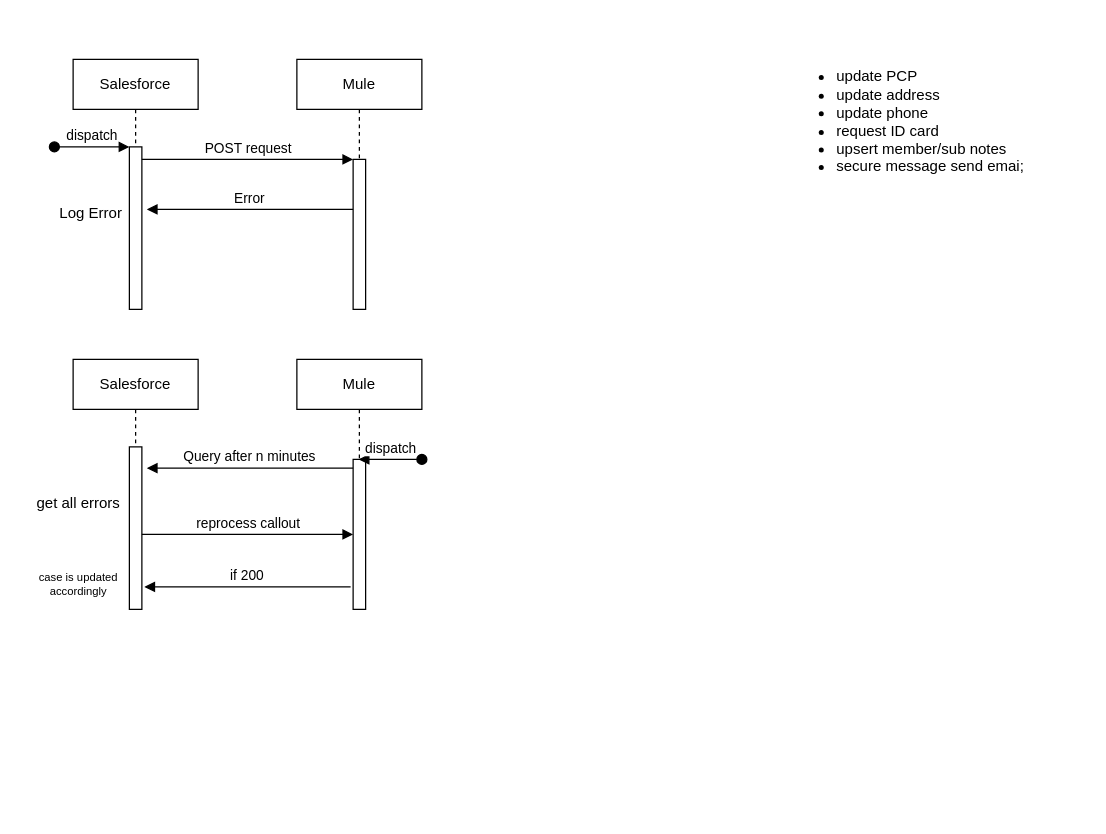
payam-e/diagrams keeps this draw.io diagram as errorLog.drawio. Above is the earlier version. Source tidied: cells renumbered, new cells numbered last; positions are measured from the earlier drawing's top-left corner, leaving out a move shared by most shapes. Both pictures are drawn from the tidied source at 125%, with x=0, y=0 at pixel (21, 46).
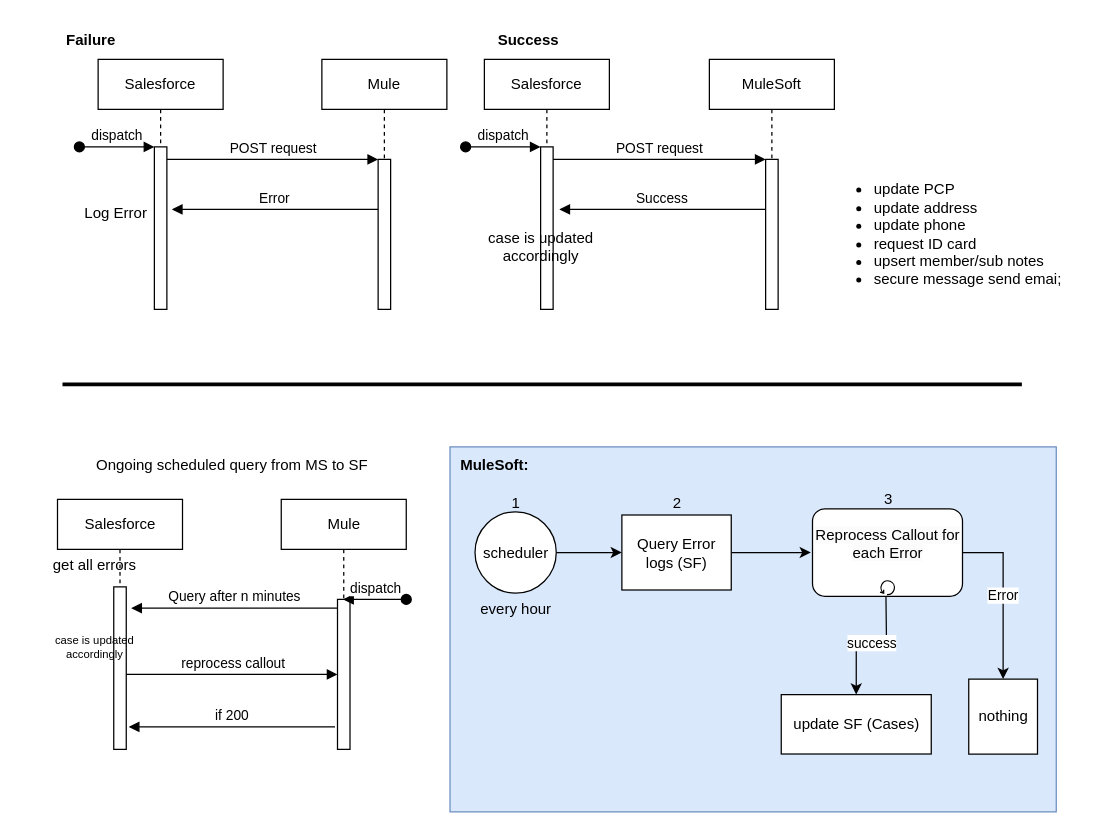
Above is the later version.

Unchanged cells that the change refers to:
```xml
<mxCell id="3" style="html=1;points=[];perimeter=orthogonalPerimeter;outlineConnect=0;targetShapes=umlLifeline;portConstraint=eastwest;newEdgeStyle={&quot;edgeStyle&quot;:&quot;elbowEdgeStyle&quot;,&quot;elbow&quot;:&quot;vertical&quot;,&quot;curved&quot;:0,&quot;rounded&quot;:0};" parent="2" vertex="1">
  <mxGeometry x="45" y="70" width="10" height="130" as="geometry" />
</mxCell>
<mxCell id="6" style="html=1;points=[];perimeter=orthogonalPerimeter;outlineConnect=0;targetShapes=umlLifeline;portConstraint=eastwest;newEdgeStyle={&quot;edgeStyle&quot;:&quot;elbowEdgeStyle&quot;,&quot;elbow&quot;:&quot;vertical&quot;,&quot;curved&quot;:0,&quot;rounded&quot;:0};" parent="5" vertex="1">
  <mxGeometry x="45" y="80" width="10" height="120" as="geometry" />
</mxCell>
```

Change to the diagram source:
```diff
@@
+    <mxCell id="21" style="rounded=0;whiteSpace=wrap;html=1;fillColor=#dae8fc;strokeColor=#6c8ebf;" parent="1" vertex="1">
+      <mxGeometry x="342.5" y="320" width="485" height="292" as="geometry" />
+    </mxCell>
     <mxCell id="2" value="Salesforce" style="shape=umlLifeline;perimeter=lifelinePerimeter;whiteSpace=wrap;html=1;newEdgeStyle={&quot;edgeStyle&quot;:&quot;elbowEdgeStyle&quot;,&quot;elbow&quot;:&quot;vertical&quot;,&quot;curved&quot;:0,&quot;rounded&quot;:0};" parent="1" vertex="1">
-      <mxGeometry x="41" y="10" width="100" height="200" as="geometry" />
+      <mxGeometry x="61" y="10" width="100" height="200" as="geometry" />
     </mxCell>
@@
     <mxCell id="5" value="Mule" style="shape=umlLifeline;perimeter=lifelinePerimeter;whiteSpace=wrap;html=1;newEdgeStyle={&quot;edgeStyle&quot;:&quot;elbowEdgeStyle&quot;,&quot;elbow&quot;:&quot;vertical&quot;,&quot;curved&quot;:0,&quot;rounded&quot;:0};" parent="1" vertex="1">
-      <mxGeometry x="220" y="10" width="100" height="200" as="geometry" />
+      <mxGeometry x="240" y="10" width="100" height="200" as="geometry" />
     </mxCell>
@@
     <mxCell id="7" value="POST request" style="html=1;verticalAlign=bottom;endArrow=block;edgeStyle=elbowEdgeStyle;elbow=vertical;curved=0;rounded=0;" parent="1" edge="1" source="3" target="6">
       <mxGeometry relative="1" as="geometry">
         <Array as="points">
-          <mxPoint x="180" y="90" />
+          <mxPoint x="200" y="90" />
         </Array>
       </mxGeometry>
     </mxCell>
     <mxCell id="8" value="Error" style="html=1;verticalAlign=bottom;endArrow=block;edgeStyle=elbowEdgeStyle;elbow=vertical;curved=0;rounded=0;" parent="1" edge="1" source="6">
       <mxGeometry relative="1" as="geometry">
-        <mxPoint x="100" y="130" as="targetPoint" />
+        <mxPoint x="120" y="130" as="targetPoint" />
         <Array as="points">
-          <mxPoint x="190" y="130" />
+          <mxPoint x="210" y="130" />
         </Array>
       </mxGeometry>
     </mxCell>
     <mxCell id="9" value="&lt;ul&gt;&lt;li&gt;update PCP&lt;/li&gt;&lt;li&gt;update address&lt;/li&gt;&lt;li&gt;update phone&lt;/li&gt;&lt;li&gt;request ID card&lt;/li&gt;&lt;li&gt;upsert member/sub notes&lt;/li&gt;&lt;li&gt;secure message send emai;&lt;/li&gt;&lt;/ul&gt;" style="text;html=1;align=left;verticalAlign=middle;strokeColor=none;fillColor=none;" parent="1" vertex="1">
-      <mxGeometry x="610" width="210" height="120" as="geometry" />
+      <mxGeometry x="640" y="90" width="210" height="120" as="geometry" />
     </mxCell>
     <mxCell id="10" value="Log Error" style="text;html=1;align=center;verticalAlign=middle;strokeColor=none;fillColor=none;" parent="1" vertex="1">
-      <mxGeometry x="20" y="118" width="70" height="30" as="geometry" />
+      <mxGeometry x="40" y="118" width="70" height="30" as="geometry" />
     </mxCell>
     <mxCell id="11" value="Salesforce" style="shape=umlLifeline;perimeter=lifelinePerimeter;whiteSpace=wrap;html=1;newEdgeStyle={&quot;edgeStyle&quot;:&quot;elbowEdgeStyle&quot;,&quot;elbow&quot;:&quot;vertical&quot;,&quot;curved&quot;:0,&quot;rounded&quot;:0};" parent="1" vertex="1">
-      <mxGeometry x="41" y="250" width="100" height="200" as="geometry" />
+      <mxGeometry x="28.5" y="362" width="100" height="200" as="geometry" />
     </mxCell>
@@
     <mxCell id="13" value="Mule" style="shape=umlLifeline;perimeter=lifelinePerimeter;whiteSpace=wrap;html=1;outlineConnect=0;portConstraint=eastwest;newEdgeStyle={&quot;edgeStyle&quot;:&quot;elbowEdgeStyle&quot;,&quot;elbow&quot;:&quot;vertical&quot;,&quot;curved&quot;:0,&quot;rounded&quot;:0};" parent="1" vertex="1">
-      <mxGeometry x="220" y="250" width="100" height="200" as="geometry" />
+      <mxGeometry x="207.5" y="362" width="100" height="200" as="geometry" />
     </mxCell>
@@
     <mxCell id="15" value="reprocess callout" style="html=1;verticalAlign=bottom;endArrow=block;edgeStyle=elbowEdgeStyle;elbow=vertical;curved=0;rounded=0;" parent="1" edge="1">
       <mxGeometry relative="1" as="geometry">
-        <mxPoint x="96" y="390" as="sourcePoint" />
-        <mxPoint x="265" y="390" as="targetPoint" />
+        <mxPoint x="83.5" y="502" as="sourcePoint" />
+        <mxPoint x="252.5" y="502" as="targetPoint" />
         <Array as="points">
-          <mxPoint x="180" y="390" />
+          <mxPoint x="167.5" y="502" />
         </Array>
       </mxGeometry>
     </mxCell>
     <mxCell id="16" value="Query after n minutes" style="html=1;verticalAlign=bottom;endArrow=block;edgeStyle=elbowEdgeStyle;elbow=vertical;curved=0;rounded=0;" parent="1" edge="1">
       <mxGeometry relative="1" as="geometry">
-        <mxPoint x="265" y="337" as="sourcePoint" />
-        <mxPoint x="100" y="337" as="targetPoint" />
+        <mxPoint x="252.5" y="449" as="sourcePoint" />
+        <mxPoint x="87.5" y="449" as="targetPoint" />
         <Array as="points">
-          <mxPoint x="190" y="337" />
+          <mxPoint x="177.5" y="449" />
         </Array>
       </mxGeometry>
     </mxCell>
     <mxCell id="17" value="get all errors" style="text;html=1;align=center;verticalAlign=middle;strokeColor=none;fillColor=none;" parent="1" vertex="1">
-      <mxGeometry y="350" width="90" height="30" as="geometry" />
+      <mxGeometry x="12.5" y="400" width="90" height="30" as="geometry" />
     </mxCell>
     <mxCell id="18" value="dispatch" style="html=1;verticalAlign=bottom;startArrow=oval;endArrow=block;startSize=8;edgeStyle=elbowEdgeStyle;elbow=vertical;curved=0;rounded=0;" parent="1" edge="1" target="13">
       <mxGeometry relative="1" as="geometry">
-        <mxPoint x="320" y="330" as="sourcePoint" />
+        <mxPoint x="307.5" y="442" as="sourcePoint" />
       </mxGeometry>
     </mxCell>
     <mxCell id="19" value="if 200" style="html=1;verticalAlign=bottom;endArrow=block;edgeStyle=elbowEdgeStyle;elbow=vertical;curved=0;rounded=0;" parent="1" edge="1">
       <mxGeometry relative="1" as="geometry">
-        <mxPoint x="263" y="432" as="sourcePoint" />
-        <mxPoint x="98" y="432" as="targetPoint" />
+        <mxPoint x="250.5" y="544" as="sourcePoint" />
+        <mxPoint x="85.5" y="544" as="targetPoint" />
         <Array as="points">
-          <mxPoint x="188" y="432" />
+          <mxPoint x="175.5" y="544" />
         </Array>
       </mxGeometry>
     </mxCell>
     <mxCell id="20" value="case is updated&lt;div style=&quot;font-size: 9px;&quot;&gt;accordingly&lt;/div&gt;" style="text;html=1;align=center;verticalAlign=middle;strokeColor=none;fillColor=none;fontSize=9;" parent="1" vertex="1">
-      <mxGeometry y="410" width="90" height="40" as="geometry" />
+      <mxGeometry x="12.5" y="460" width="90" height="40" as="geometry" />
     </mxCell>
+    <mxCell id="22" value="Ongoing scheduled query from MS to SF" style="text;html=1;align=center;verticalAlign=middle;strokeColor=none;fillColor=none;" parent="1" vertex="1">
+      <mxGeometry x="47.5" y="320" width="240" height="30" as="geometry" />
+    </mxCell>
+    <mxCell id="23" style="edgeStyle=orthogonalEdgeStyle;rounded=0;jettySize=auto;html=1;" parent="1" edge="1" source="24" target="26">
+      <mxGeometry relative="1" as="geometry" />
+    </mxCell>
+    <mxCell id="24" value="scheduler" style="ellipse;whiteSpace=wrap;html=1;" parent="1" vertex="1">
+      <mxGeometry x="362.5" y="372" width="65" height="65" as="geometry" />
+    </mxCell>
+    <mxCell id="25" style="edgeStyle=orthogonalEdgeStyle;rounded=0;jettySize=auto;html=1;" parent="1" edge="1" source="26">
+      <mxGeometry relative="1" as="geometry">
+        <mxPoint x="631.2" y="404.5" as="targetPoint" />
+      </mxGeometry>
+    </mxCell>
+    <mxCell id="26" value="Query Error logs (SF)" style="whiteSpace=wrap;html=1;" parent="1" vertex="1">
+      <mxGeometry x="480" y="374.5" width="87.5" height="60" as="geometry" />
+    </mxCell>
+    <mxCell id="27" value="success" style="edgeStyle=orthogonalEdgeStyle;rounded=0;jettySize=auto;html=1;" parent="1" edge="1" target="29">
+      <mxGeometry relative="1" as="geometry">
+        <mxPoint x="691.2" y="434.5" as="sourcePoint" />
+      </mxGeometry>
+    </mxCell>
+    <mxCell id="28" value="MuleSoft:" style="text;html=1;align=center;verticalAlign=middle;strokeColor=none;fillColor=none;fontStyle=1;" parent="1" vertex="1">
+      <mxGeometry x="342.5" y="320" width="70" height="30" as="geometry" />
+    </mxCell>
+    <mxCell id="29" value="update SF (Cases)" style="whiteSpace=wrap;html=1;" parent="1" vertex="1">
+      <mxGeometry x="607.5" y="518.2" width="120" height="47.5" as="geometry" />
+    </mxCell>
+    <mxCell id="30" value="Error" style="edgeStyle=orthogonalEdgeStyle;rounded=0;jettySize=auto;html=1;" parent="1" edge="1" source="31" target="32">
+      <mxGeometry relative="1" as="geometry" />
+    </mxCell>
+    <mxCell id="31" value="&#10;&lt;span style=&quot;color: rgb(0, 0, 0); font-family: Helvetica; font-size: 12px; font-style: normal; font-variant-ligatures: normal; font-variant-caps: normal; font-weight: 400; letter-spacing: normal; orphans: 2; text-align: center; text-indent: 0px; text-transform: none; widows: 2; word-spacing: 0px; -webkit-text-stroke-width: 0px; white-space: normal; background-color: rgb(251, 251, 251); text-decoration-thickness: initial; text-decoration-style: initial; text-decoration-color: initial; display: inline !important; float: none;&quot;&gt;Reprocess Callout for each Error&lt;/span&gt;&#10;&#10;" style="points=[[0.25,0,0],[0.5,0,0],[0.75,0,0],[1,0.25,0],[1,0.5,0],[1,0.75,0],[0.75,1,0],[0.5,1,0],[0.25,1,0],[0,0.75,0],[0,0.5,0],[0,0.25,0]];shape=mxgraph.bpmn.task;whiteSpace=wrap;rectStyle=rounded;size=10;html=1;taskMarker=abstract;isLoopStandard=1;" parent="1" vertex="1">
+      <mxGeometry x="632.5" y="369.5" width="120" height="70" as="geometry" />
+    </mxCell>
+    <mxCell id="32" value="nothing" style="whiteSpace=wrap;html=1;" parent="1" vertex="1">
+      <mxGeometry x="757.5" y="505.8" width="55" height="60" as="geometry" />
+    </mxCell>
+    <mxCell id="33" value="every hour" style="text;html=1;align=center;verticalAlign=middle;strokeColor=none;fillColor=none;" parent="1" vertex="1">
+      <mxGeometry x="355" y="434.5" width="80" height="30" as="geometry" />
+    </mxCell>
+    <mxCell id="34" value="1" style="text;html=1;align=center;verticalAlign=middle;strokeColor=none;fillColor=none;" parent="1" vertex="1">
+      <mxGeometry x="380" y="350" width="30" height="30" as="geometry" />
+    </mxCell>
+    <mxCell id="35" value="2" style="text;html=1;align=center;verticalAlign=middle;strokeColor=none;fillColor=none;" parent="1" vertex="1">
+      <mxGeometry x="508.8" y="350" width="30" height="30" as="geometry" />
+    </mxCell>
+    <mxCell id="36" value="3" style="text;html=1;align=center;verticalAlign=middle;strokeColor=none;fillColor=none;" parent="1" vertex="1">
+      <mxGeometry x="677.5" y="346.5" width="30" height="30" as="geometry" />
+    </mxCell>
+    <mxCell id="37" value="Salesforce" style="shape=umlLifeline;perimeter=lifelinePerimeter;whiteSpace=wrap;html=1;newEdgeStyle={&quot;edgeStyle&quot;:&quot;elbowEdgeStyle&quot;,&quot;elbow&quot;:&quot;vertical&quot;,&quot;curved&quot;:0,&quot;rounded&quot;:0};" parent="1" vertex="1">
+      <mxGeometry x="370" y="10" width="100" height="200" as="geometry" />
+    </mxCell>
+    <mxCell id="38" style="html=1;points=[];perimeter=orthogonalPerimeter;outlineConnect=0;targetShapes=umlLifeline;portConstraint=eastwest;newEdgeStyle={&quot;edgeStyle&quot;:&quot;elbowEdgeStyle&quot;,&quot;elbow&quot;:&quot;vertical&quot;,&quot;curved&quot;:0,&quot;rounded&quot;:0};" parent="37" vertex="1">
+      <mxGeometry x="45" y="70" width="10" height="130" as="geometry" />
+    </mxCell>
+    <mxCell id="39" value="dispatch" style="html=1;verticalAlign=bottom;startArrow=oval;endArrow=block;startSize=8;edgeStyle=elbowEdgeStyle;elbow=vertical;curved=0;rounded=0;" parent="37" edge="1" target="38">
+      <mxGeometry relative="1" as="geometry">
+        <mxPoint x="-15" y="70" as="sourcePoint" />
+      </mxGeometry>
+    </mxCell>
+    <mxCell id="40" value="MuleSoft" style="shape=umlLifeline;perimeter=lifelinePerimeter;whiteSpace=wrap;html=1;newEdgeStyle={&quot;edgeStyle&quot;:&quot;elbowEdgeStyle&quot;,&quot;elbow&quot;:&quot;vertical&quot;,&quot;curved&quot;:0,&quot;rounded&quot;:0};" parent="1" vertex="1">
+      <mxGeometry x="550" y="10" width="100" height="200" as="geometry" />
+    </mxCell>
+    <mxCell id="41" style="html=1;points=[];perimeter=orthogonalPerimeter;outlineConnect=0;targetShapes=umlLifeline;portConstraint=eastwest;newEdgeStyle={&quot;edgeStyle&quot;:&quot;elbowEdgeStyle&quot;,&quot;elbow&quot;:&quot;vertical&quot;,&quot;curved&quot;:0,&quot;rounded&quot;:0};" parent="40" vertex="1">
+      <mxGeometry x="45" y="80" width="10" height="120" as="geometry" />
+    </mxCell>
+    <mxCell id="42" value="POST request" style="html=1;verticalAlign=bottom;endArrow=block;edgeStyle=elbowEdgeStyle;elbow=vertical;curved=0;rounded=0;" parent="1" edge="1" source="38" target="41">
+      <mxGeometry relative="1" as="geometry">
+        <Array as="points">
+          <mxPoint x="510" y="90" />
+        </Array>
+      </mxGeometry>
+    </mxCell>
+    <mxCell id="43" value="Success" style="html=1;verticalAlign=bottom;endArrow=block;edgeStyle=elbowEdgeStyle;elbow=vertical;curved=0;rounded=0;" parent="1" edge="1" source="41">
+      <mxGeometry relative="1" as="geometry">
+        <mxPoint x="430" y="130" as="targetPoint" />
+        <Array as="points">
+          <mxPoint x="520" y="130" />
+        </Array>
+      </mxGeometry>
+    </mxCell>
+    <mxCell id="44" value="case is updated&lt;div&gt;accordingly&lt;/div&gt;" style="text;html=1;align=center;verticalAlign=middle;strokeColor=none;fillColor=none;" parent="1" vertex="1">
+      <mxGeometry x="360" y="140" width="110" height="40" as="geometry" />
+    </mxCell>
+    <mxCell id="45" value="&lt;b&gt;Failure&lt;/b&gt;" style="text;html=1;align=center;verticalAlign=middle;strokeColor=none;fillColor=none;" parent="1" vertex="1">
+      <mxGeometry x="25" y="-20" width="60" height="30" as="geometry" />
+    </mxCell>
+    <mxCell id="46" value="&lt;b&gt;Success&lt;/b&gt;" style="text;html=1;align=center;verticalAlign=middle;strokeColor=none;fillColor=none;" parent="1" vertex="1">
+      <mxGeometry x="370" y="-20" width="70" height="30" as="geometry" />
+    </mxCell>
+    <mxCell id="47" style="endArrow=none;html=1;rounded=0;strokeWidth=3;" parent="1" edge="1">
+      <mxGeometry relative="1" as="geometry">
+        <mxPoint x="32.5" y="270" as="sourcePoint" />
+        <mxPoint x="800" y="270" as="targetPoint" />
+      </mxGeometry>
+    </mxCell>
```
